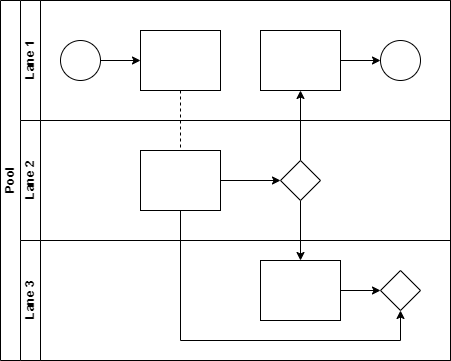
xcli2018/drawio_demo keeps this draw.io diagram as first.drawio.png. Above is the earlier version. Source tidied: cells renumbered, new cells last; positions are measured from the earlier drawing's top-left corner, leaving out a move shared by most shapes.
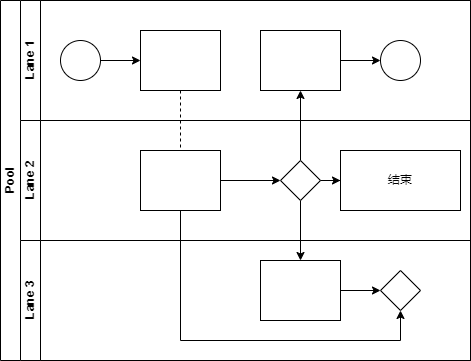
After the change.

Change to the diagram source:
```diff
@@ -3,7 +3,7 @@
     <mxCell id="0" />
     <mxCell id="1" parent="0" />
     <mxCell id="2" value="Pool" style="swimlane;html=1;horizontal=0;startSize=20;" parent="1" vertex="1">
-      <mxGeometry width="450" height="360" as="geometry" />
+      <mxGeometry width="470" height="360" as="geometry" />
     </mxCell>
     <mxCell id="3" style="edgeStyle=orthogonalEdgeStyle;rounded=0;jettySize=auto;html=1;dashed=1;endArrow=none;endFill=0;" parent="2" edge="1" source="10" target="16">
       <mxGeometry relative="1" as="geometry" />
@@ -23,7 +23,7 @@
       </mxGeometry>
     </mxCell>
     <mxCell id="7" value="Lane 1" style="swimlane;html=1;startSize=20;horizontal=0;" parent="2" vertex="1">
-      <mxGeometry x="20" width="430" height="120" as="geometry" />
+      <mxGeometry x="20" width="450" height="120" as="geometry" />
     </mxCell>
     <mxCell id="8" style="edgeStyle=orthogonalEdgeStyle;rounded=0;jettySize=auto;html=1;" parent="7" edge="1" source="9" target="10">
       <mxGeometry relative="1" as="geometry" />
@@ -44,7 +44,7 @@
       <mxGeometry x="360" y="40" width="40" height="40" as="geometry" />
     </mxCell>
     <mxCell id="14" value="Lane 2" style="swimlane;html=1;startSize=20;horizontal=0;" parent="2" vertex="1">
-      <mxGeometry x="20" y="120" width="430" height="120" as="geometry" />
+      <mxGeometry x="20" y="120" width="450" height="120" as="geometry" />
     </mxCell>
     <mxCell id="15" style="edgeStyle=orthogonalEdgeStyle;rounded=0;jettySize=auto;html=1;endArrow=classic;endFill=1;" parent="14" edge="1" source="16" target="17">
       <mxGeometry relative="1" as="geometry" />
@@ -52,11 +52,17 @@
     <mxCell id="16" style="rounded=0;whiteSpace=wrap;html=1;fontFamily=Helvetica;fontSize=12;fontColor=#000000;align=center;" parent="14" vertex="1">
       <mxGeometry x="120" y="30" width="80" height="60" as="geometry" />
     </mxCell>
+    <mxCell id="22" style="edgeStyle=orthogonalEdgeStyle;rounded=0;jettySize=auto;html=1;" parent="14" edge="1" source="17" target="23">
+      <mxGeometry relative="1" as="geometry" />
+    </mxCell>
     <mxCell id="17" style="rhombus;whiteSpace=wrap;html=1;fontFamily=Helvetica;fontSize=12;fontColor=#000000;align=center;" parent="14" vertex="1">
       <mxGeometry x="260" y="40" width="40" height="40" as="geometry" />
     </mxCell>
+    <mxCell id="23" value="结束" style="whiteSpace=wrap;html=1;" parent="14" vertex="1">
+      <mxGeometry x="320" y="30" width="120" height="60" as="geometry" />
+    </mxCell>
     <mxCell id="18" value="Lane 3" style="swimlane;html=1;startSize=20;horizontal=0;" parent="2" vertex="1">
-      <mxGeometry x="20" y="240" width="430" height="120" as="geometry" />
+      <mxGeometry x="20" y="240" width="450" height="120" as="geometry" />
     </mxCell>
     <mxCell id="19" style="edgeStyle=orthogonalEdgeStyle;rounded=0;jettySize=auto;html=1;endArrow=classic;endFill=1;" parent="18" edge="1" source="20" target="21">
       <mxGeometry relative="1" as="geometry" />
```
